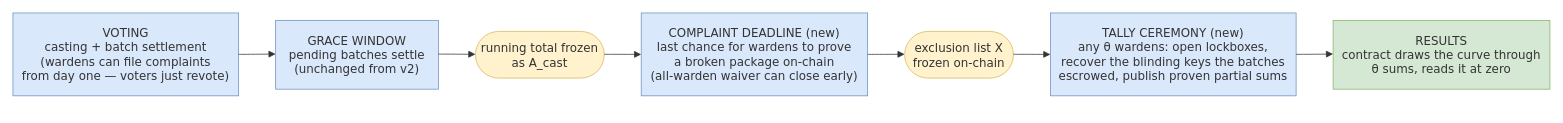
The draw.io diagram v3-pq/figures/src/timeline.drawio in vocdoni/davinci-paper, before the edit. Source tidied: cells renumbered, new cells numbered last; positions are measured from the earlier drawing's top-left corner, leaving out a move shared by most shapes. Both pictures are drawn from the tidied source at 74%, with x=0, y=0 at pixel (13, 13).
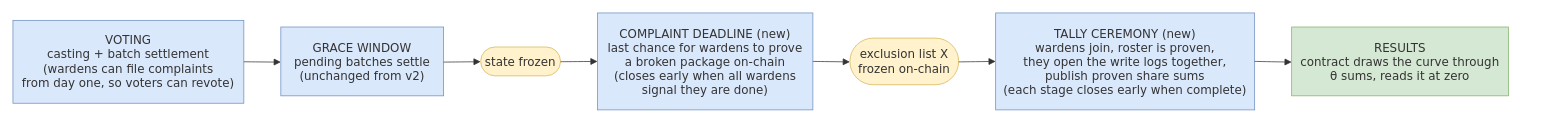
The same page after the edit.

The edit, as a diff of the source:
```diff
@@
 <mxGraphModel>
   <root>
     <mxCell id="0" />
     <mxCell id="1" parent="0" />
-    <mxCell id="2" value="VOTING&#10;casting + batch settlement&#10;(wardens can file complaints&#10;from day one — voters just revote)" style="html=1;whiteSpace=wrap;strokeWidth=1;fillColor=#dae8fc;strokeColor=#6c8ebf;fontColor=light-dark(#333333,#cccccc);fontFamily=Trebuchet MS,Verdana,Arial,sans-serif;fontSize=16;" parent="1" vertex="1">
-      <mxGeometry width="305" height="112" as="geometry" />
+    <mxCell id="2" value="VOTING&#10;casting + batch settlement&#10;(wardens can file complaints&#10;from day one, so voters can revote)" style="html=1;whiteSpace=wrap;strokeWidth=1;fillColor=#dae8fc;strokeColor=#6c8ebf;fontColor=light-dark(#333333,#cccccc);fontFamily=Trebuchet MS,Verdana,Arial,sans-serif;fontSize=16;" parent="1" vertex="1">
+      <mxGeometry y="10" width="312" height="112" as="geometry" />
     </mxCell>
     <mxCell id="3" value="GRACE WINDOW&#10;pending batches settle&#10;(unchanged from v2)" style="html=1;whiteSpace=wrap;strokeWidth=1;fillColor=#dae8fc;strokeColor=#6c8ebf;fontColor=light-dark(#333333,#cccccc);fontFamily=Trebuchet MS,Verdana,Arial,sans-serif;fontSize=16;" parent="1" vertex="1">
-      <mxGeometry x="355" y="10" width="220" height="93" as="geometry" />
+      <mxGeometry x="362" y="19" width="220" height="93" as="geometry" />
     </mxCell>
-    <mxCell id="4" value="running total frozen&#10;as A_cast" style="html=1;rounded=1;whiteSpace=wrap;arcSize=50;strokeWidth=1;fillColor=#fff2cc;strokeColor=#d6b656;fontColor=light-dark(#333333,#cccccc);fontFamily=Trebuchet MS,Verdana,Arial,sans-serif;fontSize=16;" parent="1" vertex="1">
-      <mxGeometry x="625" y="25" width="174" height="63" as="geometry" />
+    <mxCell id="4" value="state frozen" style="html=1;rounded=1;whiteSpace=wrap;arcSize=50;strokeWidth=1;fillColor=#fff2cc;strokeColor=#d6b656;fontColor=light-dark(#333333,#cccccc);fontFamily=Trebuchet MS,Verdana,Arial,sans-serif;fontSize=16;" parent="1" vertex="1">
+      <mxGeometry x="632" y="46" width="108" height="39" as="geometry" />
     </mxCell>
-    <mxCell id="5" value="COMPLAINT DEADLINE (new)&#10;last chance for wardens to prove&#10;a broken package on-chain&#10;(all-warden waiver can close early)" style="html=1;whiteSpace=wrap;strokeWidth=1;fillColor=#dae8fc;strokeColor=#6c8ebf;fontColor=light-dark(#333333,#cccccc);fontFamily=Trebuchet MS,Verdana,Arial,sans-serif;fontSize=16;" parent="1" vertex="1">
-      <mxGeometry x="849" width="306" height="112" as="geometry" />
+    <mxCell id="5" value="COMPLAINT DEADLINE (new)&#10;last chance for wardens to prove&#10;a broken package on-chain&#10;(closes early when all wardens&#10;signal they are done)" style="html=1;whiteSpace=wrap;strokeWidth=1;fillColor=#dae8fc;strokeColor=#6c8ebf;fontColor=light-dark(#333333,#cccccc);fontFamily=Trebuchet MS,Verdana,Arial,sans-serif;fontSize=16;" parent="1" vertex="1">
+      <mxGeometry x="790" width="291" height="131" as="geometry" />
     </mxCell>
     <mxCell id="6" value="exclusion list X&#10;frozen on-chain" style="html=1;rounded=1;whiteSpace=wrap;arcSize=50;strokeWidth=1;fillColor=#fff2cc;strokeColor=#d6b656;fontColor=light-dark(#333333,#cccccc);fontFamily=Trebuchet MS,Verdana,Arial,sans-serif;fontSize=16;" parent="1" vertex="1">
-      <mxGeometry x="1205" y="25" width="147" height="63" as="geometry" />
+      <mxGeometry x="1131" y="34" width="147" height="63" as="geometry" />
     </mxCell>
-    <mxCell id="7" value="TALLY CEREMONY (new)&#10;any θ wardens: open lockboxes,&#10;recover the blinding keys the batches&#10;escrowed, publish proven partial sums" style="html=1;whiteSpace=wrap;strokeWidth=1;fillColor=#dae8fc;strokeColor=#6c8ebf;fontColor=light-dark(#333333,#cccccc);fontFamily=Trebuchet MS,Verdana,Arial,sans-serif;fontSize=16;" parent="1" vertex="1">
-      <mxGeometry x="1402" width="332" height="112" as="geometry" />
+    <mxCell id="7" value="TALLY CEREMONY (new)&#10;wardens join, roster is proven,&#10;they open the write logs together,&#10;publish proven share sums&#10;(each stage closes early when complete)" style="html=1;whiteSpace=wrap;strokeWidth=1;fillColor=#dae8fc;strokeColor=#6c8ebf;fontColor=light-dark(#333333,#cccccc);fontFamily=Trebuchet MS,Verdana,Arial,sans-serif;fontSize=16;" parent="1" vertex="1">
+      <mxGeometry x="1328" width="350" height="131" as="geometry" />
     </mxCell>
     <mxCell id="8" value="RESULTS&#10;contract draws the curve through&#10;θ sums, reads it at zero" style="html=1;whiteSpace=wrap;strokeWidth=1;fillColor=#d5e8d4;strokeColor=#82b366;fontColor=light-dark(#333333,#cccccc);fontFamily=Trebuchet MS,Verdana,Arial,sans-serif;fontSize=16;" parent="1" vertex="1">
-      <mxGeometry x="1784" y="10" width="293" height="93" as="geometry" />
+      <mxGeometry x="1728" y="19" width="293" height="93" as="geometry" />
     </mxCell>
-    <mxCell id="9" style="curved=1;startArrow=none;endArrow=block;endSize=7;strokeColor=light-dark(#333333,#cccccc);exitX=1;exitY=0.5;entryX=0;entryY=0.49;" parent="1" edge="1" source="2" target="3">
+    <mxCell id="9" style="curved=1;startArrow=none;endArrow=block;endSize=7;strokeColor=light-dark(#333333,#cccccc);exitX=1;exitY=0.5;entryX=0;entryY=0.51;" parent="1" edge="1" source="2" target="3">
       <mxGeometry relative="1" as="geometry" />
     </mxCell>
-    <mxCell id="10" style="curved=1;startArrow=none;endArrow=block;endSize=7;strokeColor=light-dark(#333333,#cccccc);exitX=1;exitY=0.49;entryX=0;entryY=0.49;" parent="1" edge="1" source="3" target="4">
+    <mxCell id="10" style="curved=1;startArrow=none;endArrow=block;endSize=7;strokeColor=light-dark(#333333,#cccccc);exitX=1;exitY=0.51;entryX=0;entryY=0.51;" parent="1" edge="1" source="3" target="4">
       <mxGeometry relative="1" as="geometry" />
     </mxCell>
-    <mxCell id="11" style="curved=1;startArrow=none;endArrow=block;endSize=7;strokeColor=light-dark(#333333,#cccccc);exitX=1;exitY=0.49;entryX=0;entryY=0.5;" parent="1" edge="1" source="4" target="5">
+    <mxCell id="11" style="curved=1;startArrow=none;endArrow=block;endSize=7;strokeColor=light-dark(#333333,#cccccc);exitX=1;exitY=0.51;entryX=0;entryY=0.5;" parent="1" edge="1" source="4" target="5">
       <mxGeometry relative="1" as="geometry" />
     </mxCell>
-    <mxCell id="12" style="curved=1;startArrow=none;endArrow=block;endSize=7;strokeColor=light-dark(#333333,#cccccc);exitX=1;exitY=0.5;entryX=0;entryY=0.49;" parent="1" edge="1" source="5" target="6">
+    <mxCell id="12" style="curved=1;startArrow=none;endArrow=block;endSize=7;strokeColor=light-dark(#333333,#cccccc);exitX=1;exitY=0.5;entryX=0;entryY=0.51;" parent="1" edge="1" source="5" target="6">
       <mxGeometry relative="1" as="geometry" />
     </mxCell>
-    <mxCell id="13" style="curved=1;startArrow=none;endArrow=block;endSize=7;strokeColor=light-dark(#333333,#cccccc);exitX=1;exitY=0.49;entryX=0;entryY=0.5;" parent="1" edge="1" source="6" target="7">
+    <mxCell id="13" style="curved=1;startArrow=none;endArrow=block;endSize=7;strokeColor=light-dark(#333333,#cccccc);exitX=1;exitY=0.51;entryX=0;entryY=0.5;" parent="1" edge="1" source="6" target="7">
       <mxGeometry relative="1" as="geometry" />
     </mxCell>
-    <mxCell id="14" style="curved=1;startArrow=none;endArrow=block;endSize=7;strokeColor=light-dark(#333333,#cccccc);exitX=1;exitY=0.5;entryX=0;entryY=0.49;" parent="1" edge="1" source="7" target="8">
+    <mxCell id="14" style="curved=1;startArrow=none;endArrow=block;endSize=7;strokeColor=light-dark(#333333,#cccccc);exitX=1;exitY=0.5;entryX=0;entryY=0.51;" parent="1" edge="1" source="7" target="8">
       <mxGeometry relative="1" as="geometry" />
     </mxCell>
   </root>
 </mxGraphModel>
```
